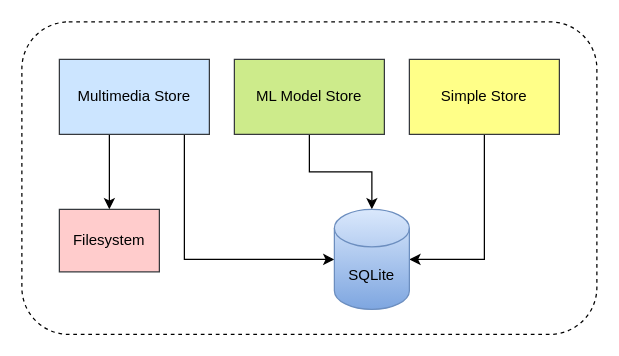
lichiehchen/lichiehchen-datainventory keeps this draw.io diagram as page "components" (1 of 2) of diagram/overview.drawio. Above is the earlier version. Source tidied: cells renumbered, new cells numbered last; positions are measured from the earlier drawing's top-left corner, leaving out a move shared by most shapes. Both pictures are drawn from the tidied source at 125%, with x=0, y=0 at pixel (21, 21).
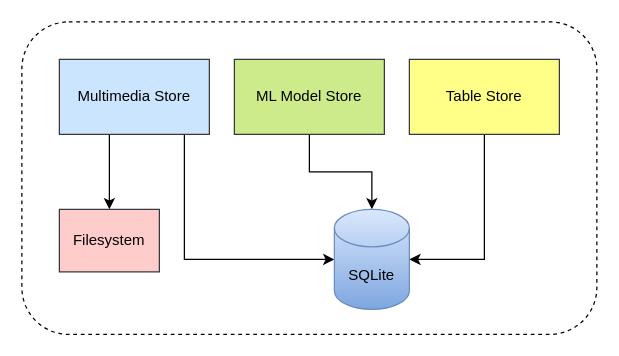
After the change.

Diff of the diagram source:
```diff
@@
 <mxGraphModel>
   <root>
     <mxCell id="0" />
     <mxCell id="1" parent="0" />
     <mxCell id="2" style="rounded=1;whiteSpace=wrap;html=1;fillColor=none;dashed=1;" parent="1" vertex="1">
       <mxGeometry width="460" height="250" as="geometry" />
     </mxCell>
     <mxCell id="3" style="edgeStyle=orthogonalEdgeStyle;rounded=0;jettySize=auto;html=1;entryX=0;entryY=0.5;entryDx=0;entryDy=0;entryPerimeter=0;" parent="1" edge="1" source="5" target="10">
       <mxGeometry relative="1" as="geometry">
         <Array as="points">
           <mxPoint x="130" y="190" />
         </Array>
       </mxGeometry>
     </mxCell>
     <mxCell id="4" style="edgeStyle=orthogonalEdgeStyle;rounded=0;jettySize=auto;html=1;entryX=0.5;entryY=0;entryDx=0;entryDy=0;" parent="1" edge="1" source="5" target="11">
       <mxGeometry relative="1" as="geometry">
         <Array as="points">
           <mxPoint x="70" y="100" />
           <mxPoint x="70" y="100" />
         </Array>
       </mxGeometry>
     </mxCell>
     <mxCell id="5" value="&lt;font color=&quot;#000000&quot;&gt;Multimedia Store&lt;/font&gt;" style="rounded=0;whiteSpace=wrap;html=1;fillColor=#cce5ff;strokeColor=#36393d;" parent="1" vertex="1">
       <mxGeometry x="30" y="30" width="120" height="60" as="geometry" />
     </mxCell>
     <mxCell id="6" style="edgeStyle=orthogonalEdgeStyle;rounded=0;jettySize=auto;html=1;" parent="1" edge="1" source="7" target="10">
       <mxGeometry relative="1" as="geometry" />
     </mxCell>
     <mxCell id="7" value="&lt;font color=&quot;#000000&quot;&gt;ML Model Store&lt;/font&gt;" style="rounded=0;whiteSpace=wrap;html=1;fillColor=#cdeb8b;strokeColor=#36393d;" parent="1" vertex="1">
       <mxGeometry x="170" y="30" width="120" height="60" as="geometry" />
     </mxCell>
     <mxCell id="8" style="edgeStyle=orthogonalEdgeStyle;rounded=0;jettySize=auto;html=1;entryX=1;entryY=0.5;entryDx=0;entryDy=0;entryPerimeter=0;" parent="1" edge="1" source="9" target="10">
       <mxGeometry relative="1" as="geometry">
         <Array as="points">
           <mxPoint x="370" y="190" />
         </Array>
       </mxGeometry>
     </mxCell>
-    <mxCell id="9" value="&lt;font color=&quot;#000000&quot;&gt;Simple Store&lt;/font&gt;" style="rounded=0;whiteSpace=wrap;html=1;fillColor=#ffff88;strokeColor=#36393d;" parent="1" vertex="1">
+    <mxCell id="9" value="&lt;font color=&quot;#000000&quot;&gt;Table Store&lt;/font&gt;" style="rounded=0;whiteSpace=wrap;html=1;fillColor=#ffff88;strokeColor=#36393d;" parent="1" vertex="1">
       <mxGeometry x="310" y="30" width="120" height="60" as="geometry" />
     </mxCell>
     <mxCell id="10" value="&lt;font color=&quot;#000000&quot;&gt;SQLite&lt;/font&gt;" style="shape=cylinder3;whiteSpace=wrap;html=1;boundedLbl=1;backgroundOutline=1;size=15;gradientColor=#7ea6e0;fillColor=#dae8fc;strokeColor=#6c8ebf;" parent="1" vertex="1">
       <mxGeometry x="250" y="150" width="60" height="80" as="geometry" />
     </mxCell>
     <mxCell id="11" value="&lt;font color=&quot;#000000&quot;&gt;Filesystem&lt;/font&gt;" style="rounded=0;whiteSpace=wrap;html=1;fillColor=#ffcccc;strokeColor=#36393d;" parent="1" vertex="1">
       <mxGeometry x="30" y="150" width="80" height="50" as="geometry" />
     </mxCell>
   </root>
 </mxGraphModel>
```
